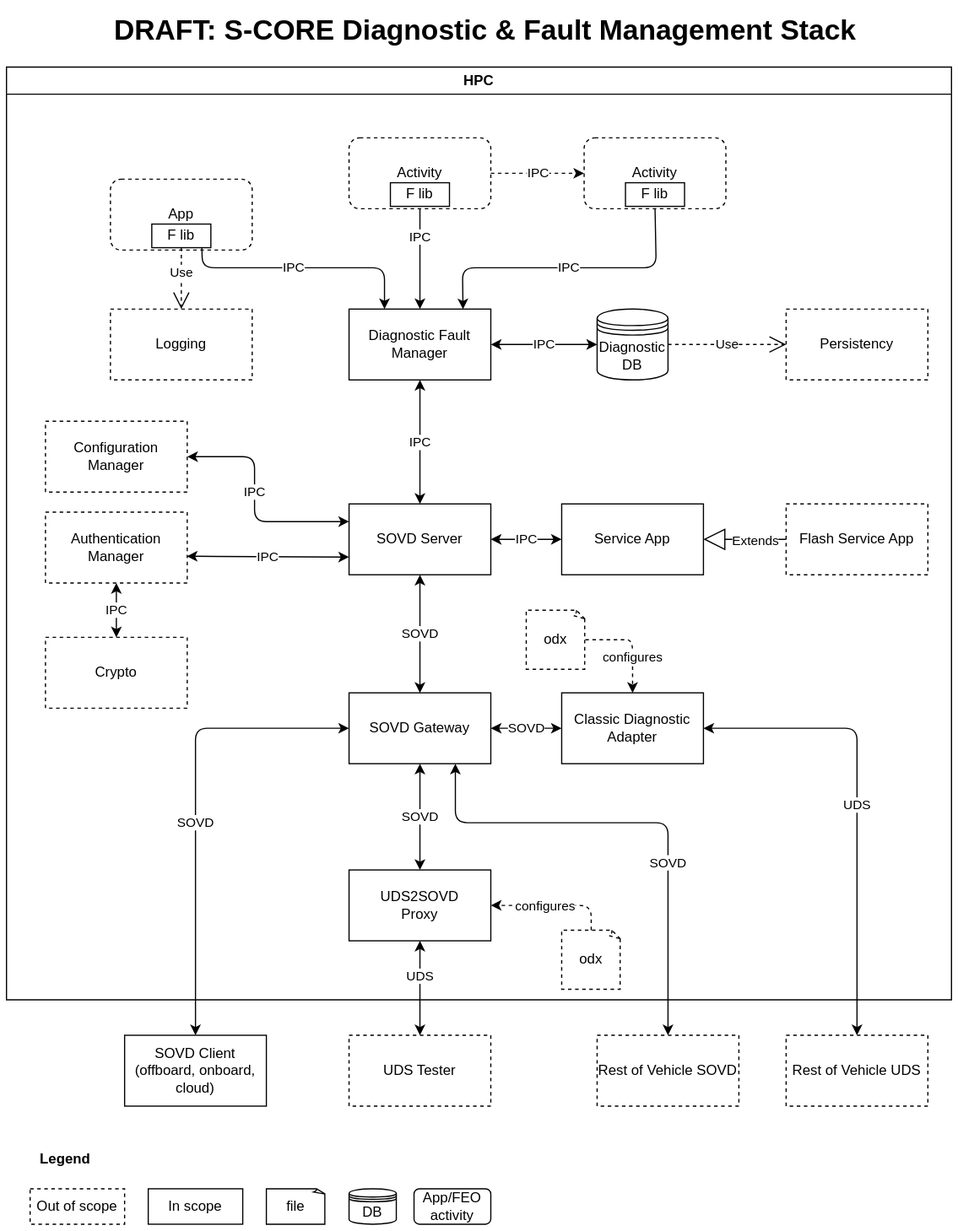
Earlier version of the draw.io export pr-1056/_images/score-diagnostics-draft.drawio.svg (umaucher/score). Source tidied: cells renumbered, new cells last; positions are measured from the earlier drawing's top-left corner, leaving out a move shared by most shapes.
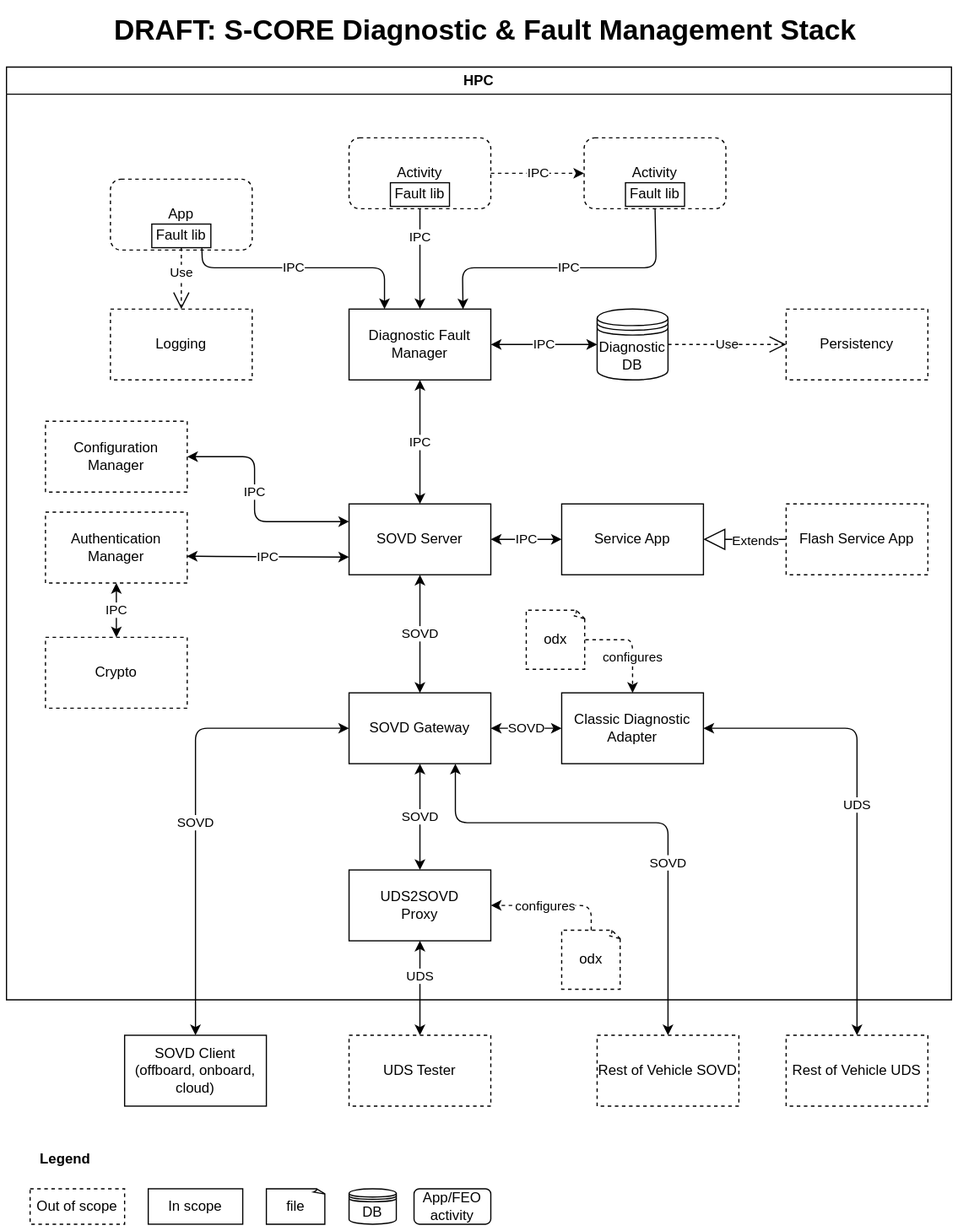
Later version of the same file.

What changed in the source:
```diff
@@ -181,13 +181,13 @@
     <mxCell id="48" value="Use" style="endArrow=open;endSize=12;dashed=1;html=1;exitX=1;exitY=0.5;exitDx=0;exitDy=0;" parent="35" edge="1" source="43" target="47">
       <mxGeometry relative="1" as="geometry" />
     </mxCell>
-    <mxCell id="49" value="F lib" style="rounded=0;whiteSpace=wrap;html=1;" parent="35" vertex="1">
+    <mxCell id="49" value="Fault lib" style="rounded=0;whiteSpace=wrap;html=1;" parent="35" vertex="1">
       <mxGeometry x="123" y="133" width="50" height="20" as="geometry" />
     </mxCell>
     <mxCell id="50" value="Activity" style="rounded=1;whiteSpace=wrap;html=1;dashed=1;" parent="35" vertex="1">
       <mxGeometry x="290" y="60" width="120" height="60" as="geometry" />
     </mxCell>
-    <mxCell id="51" value="F lib" style="rounded=0;whiteSpace=wrap;html=1;" parent="35" vertex="1">
+    <mxCell id="51" value="Fault lib" style="rounded=0;whiteSpace=wrap;html=1;" parent="35" vertex="1">
       <mxGeometry x="325" y="98" width="50" height="20" as="geometry" />
     </mxCell>
     <mxCell id="52" value="Logging" style="rounded=0;whiteSpace=wrap;html=1;dashed=1;" parent="35" vertex="1">
@@ -199,7 +199,7 @@
     <mxCell id="54" value="Activity" style="rounded=1;whiteSpace=wrap;html=1;dashed=1;" parent="35" vertex="1">
       <mxGeometry x="489" y="60" width="120" height="60" as="geometry" />
     </mxCell>
-    <mxCell id="55" value="F lib" style="rounded=0;whiteSpace=wrap;html=1;" parent="35" vertex="1">
+    <mxCell id="55" value="Fault lib" style="rounded=0;whiteSpace=wrap;html=1;" parent="35" vertex="1">
       <mxGeometry x="524" y="98" width="50" height="20" as="geometry" />
     </mxCell>
     <mxCell id="56" value="IPC" style="endArrow=classic;html=1;exitX=1;exitY=0.5;exitDx=0;exitDy=0;entryX=0;entryY=0.5;entryDx=0;entryDy=0;dashed=1;" parent="35" edge="1" source="50" target="54">
```
